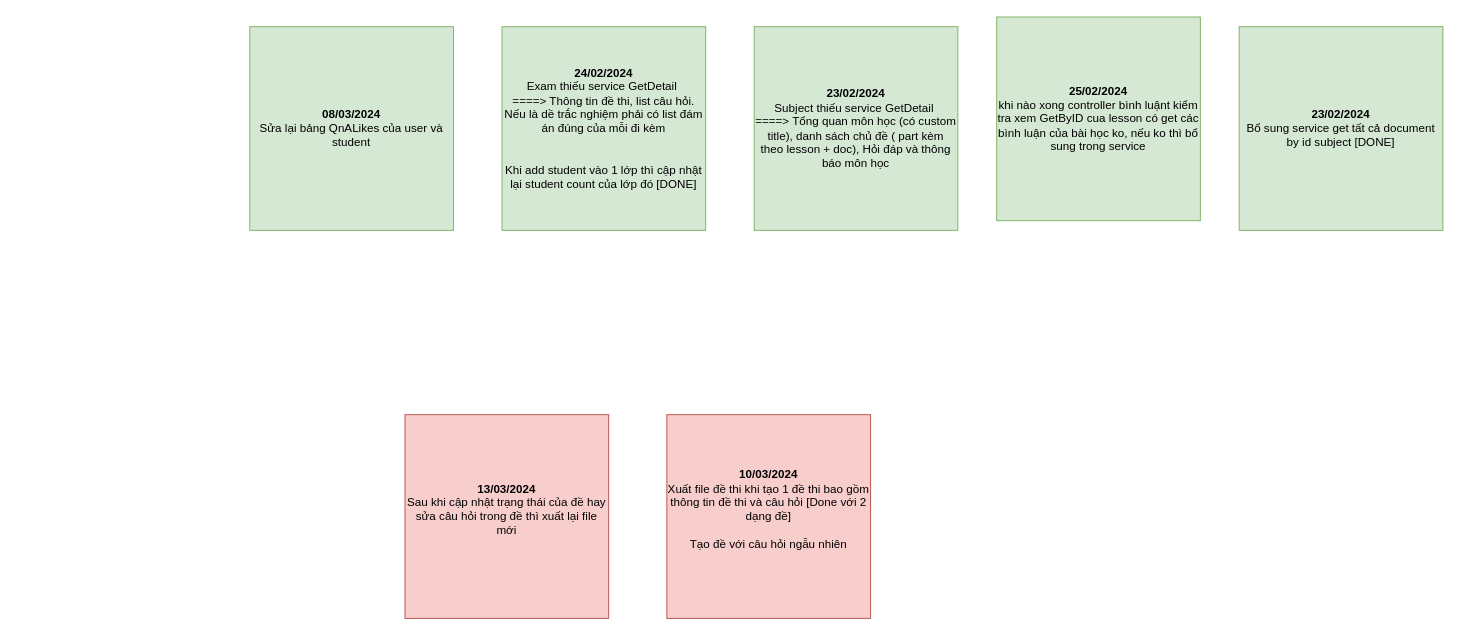
The draw.io diagram page "Note" (3 of 3) of Internship_BACKEND_2024_02_02.01.2024_LamSamChan_LMS - Elibrary_Diagram.drawio in LamSamChan/LMS_ELibrary_BE_Intern_Alta, before the edit. Source tidied: cells renumbered, new cells numbered last; positions are measured from the earlier drawing's top-left corner, leaving out a move shared by most shapes. Both pictures are drawn from the tidied source at 97%, with x=0, y=0 at pixel (249, 16).
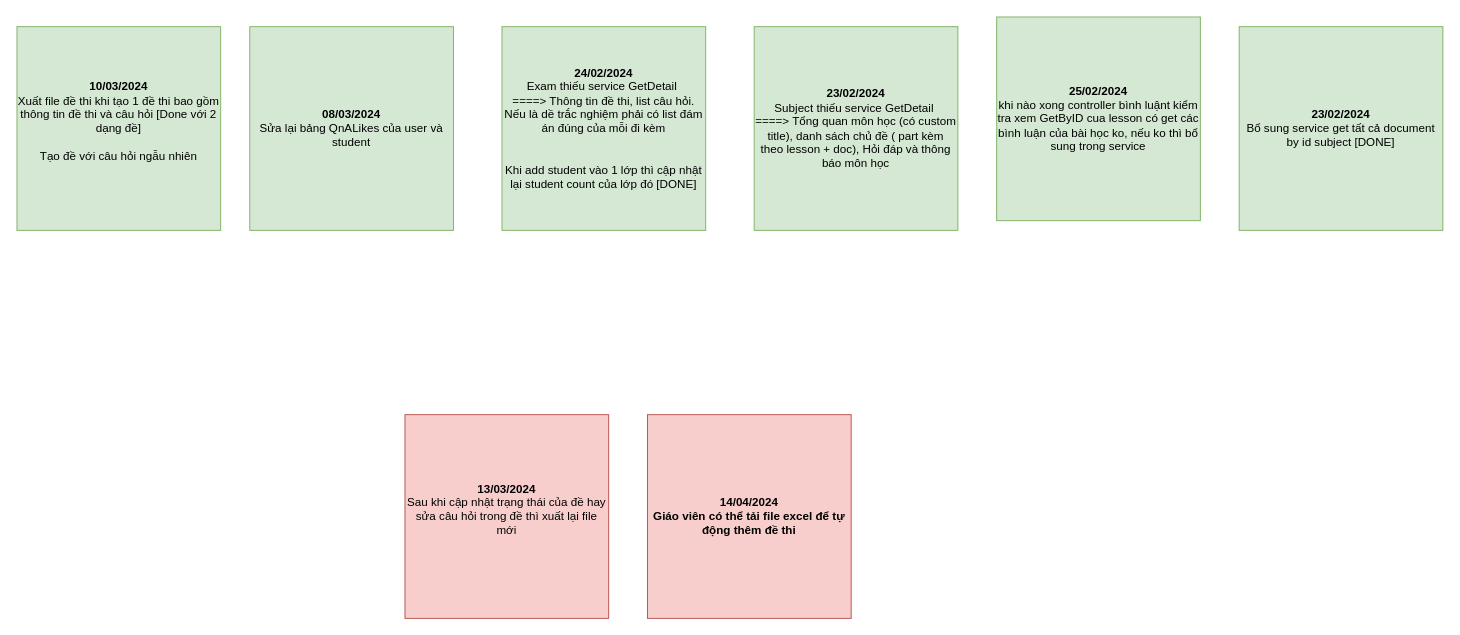
The same page after the edit.

Change to the diagram source:
```diff
@@
 <mxGraphModel>
   <root>
     <mxCell id="0" />
     <mxCell id="1" parent="0" />
     <mxCell id="2" value="&lt;b&gt;23/02/2024&lt;br&gt;&lt;/b&gt;Bổ sung service get tất cả document by id subject [DONE]" style="whiteSpace=wrap;html=1;fillColor=#d5e8d4;strokeColor=#82b366;" parent="1" vertex="1">
       <mxGeometry x="1020" y="10" width="210" height="210" as="geometry" />
     </mxCell>
     <mxCell id="3" value="&lt;b&gt;23/02/2024&lt;br&gt;&lt;/b&gt;Subject thiếu service GetDetail&amp;nbsp;&lt;br&gt;====&amp;gt; Tổng quan môn học (có custom title), danh sách chủ đề ( part kèm theo lesson + doc), Hỏi đáp và thông báo môn học" style="whiteSpace=wrap;html=1;fillColor=#d5e8d4;strokeColor=#82b366;" parent="1" vertex="1">
       <mxGeometry x="520" y="10" width="210" height="210" as="geometry" />
     </mxCell>
     <mxCell id="4" value="&lt;b&gt;24/02/2024&lt;br&gt;&lt;/b&gt;Exam thiếu service GetDetail&amp;nbsp;&lt;br&gt;====&amp;gt; Thông tin đề thi, list câu hỏi. Nếu là dề trắc nghiệm phải có list đám án đúng của mỗi đi kèm&lt;br&gt;&lt;br&gt;&lt;br&gt;Khi add student vào 1 lớp thì cập nhật lại student count của lớp đó [DONE]" style="whiteSpace=wrap;html=1;fillColor=#d5e8d4;strokeColor=#82b366;" parent="1" vertex="1">
       <mxGeometry x="260" y="10" width="210" height="210" as="geometry" />
     </mxCell>
     <mxCell id="5" value="&lt;b&gt;25/02/2024&lt;br&gt;&lt;/b&gt;khi nào xong controller bình luậnt kiểm tra xem GetByID cua lesson có get các bình luận của bài học ko, nếu ko thì bổ sung trong service" style="whiteSpace=wrap;html=1;fillColor=#d5e8d4;strokeColor=#82b366;" parent="1" vertex="1">
       <mxGeometry x="770" width="210" height="210" as="geometry" />
     </mxCell>
     <mxCell id="6" value="&lt;b&gt;08/03/2024&lt;br&gt;&lt;/b&gt;Sửa lại bảng&amp;nbsp;QnALikes của user và student" style="whiteSpace=wrap;html=1;fillColor=#d5e8d4;strokeColor=#82b366;" parent="1" vertex="1">
       <mxGeometry y="10" width="210" height="210" as="geometry" />
     </mxCell>
-    <mxCell id="7" value="&lt;b&gt;10/03/2024&lt;br&gt;&lt;/b&gt;Xuất file đề thi khi tạo 1 đề thi bao gồm thông tin đề thi và câu hỏi [Done với 2 dạng đề]&lt;br&gt;&lt;br&gt;Tạo đề với câu hỏi ngẫu nhiên&lt;div&gt;&lt;br&gt;&lt;/div&gt;" style="whiteSpace=wrap;html=1;fillColor=#f8cecc;strokeColor=#b85450;" parent="1" vertex="1">
-      <mxGeometry x="430" y="410" width="210" height="210" as="geometry" />
+    <mxCell id="7" value="&lt;b&gt;10/03/2024&lt;br&gt;&lt;/b&gt;Xuất file đề thi khi tạo 1 đề thi bao gồm thông tin đề thi và câu hỏi [Done với 2 dạng đề]&lt;br&gt;&lt;br&gt;Tạo đề với câu hỏi ngẫu nhiên&lt;div&gt;&lt;br&gt;&lt;/div&gt;" style="whiteSpace=wrap;html=1;fillColor=#d5e8d4;strokeColor=#82b366;" parent="1" vertex="1">
+      <mxGeometry x="-240" y="10" width="210" height="210" as="geometry" />
     </mxCell>
     <mxCell id="8" value="&lt;b&gt;13/03/2024&lt;br&gt;&lt;/b&gt;Sau khi cập nhật trạng thái của đề hay sửa câu hỏi trong đề thì xuất lại file mới&lt;div&gt;&lt;br/&gt;&lt;/div&gt;" style="whiteSpace=wrap;html=1;fillColor=#f8cecc;strokeColor=#b85450;" parent="1" vertex="1">
       <mxGeometry x="160" y="410" width="210" height="210" as="geometry" />
     </mxCell>
+    <mxCell id="9" value="&lt;b&gt;14/04/2024&lt;br&gt;Giáo viên có thể tải file excel để tự động thêm đề thi&lt;br&gt;&lt;/b&gt;" style="whiteSpace=wrap;html=1;fillColor=#f8cecc;strokeColor=#b85450;" parent="1" vertex="1">
+      <mxGeometry x="410" y="410" width="210" height="210" as="geometry" />
+    </mxCell>
   </root>
 </mxGraphModel>
```
